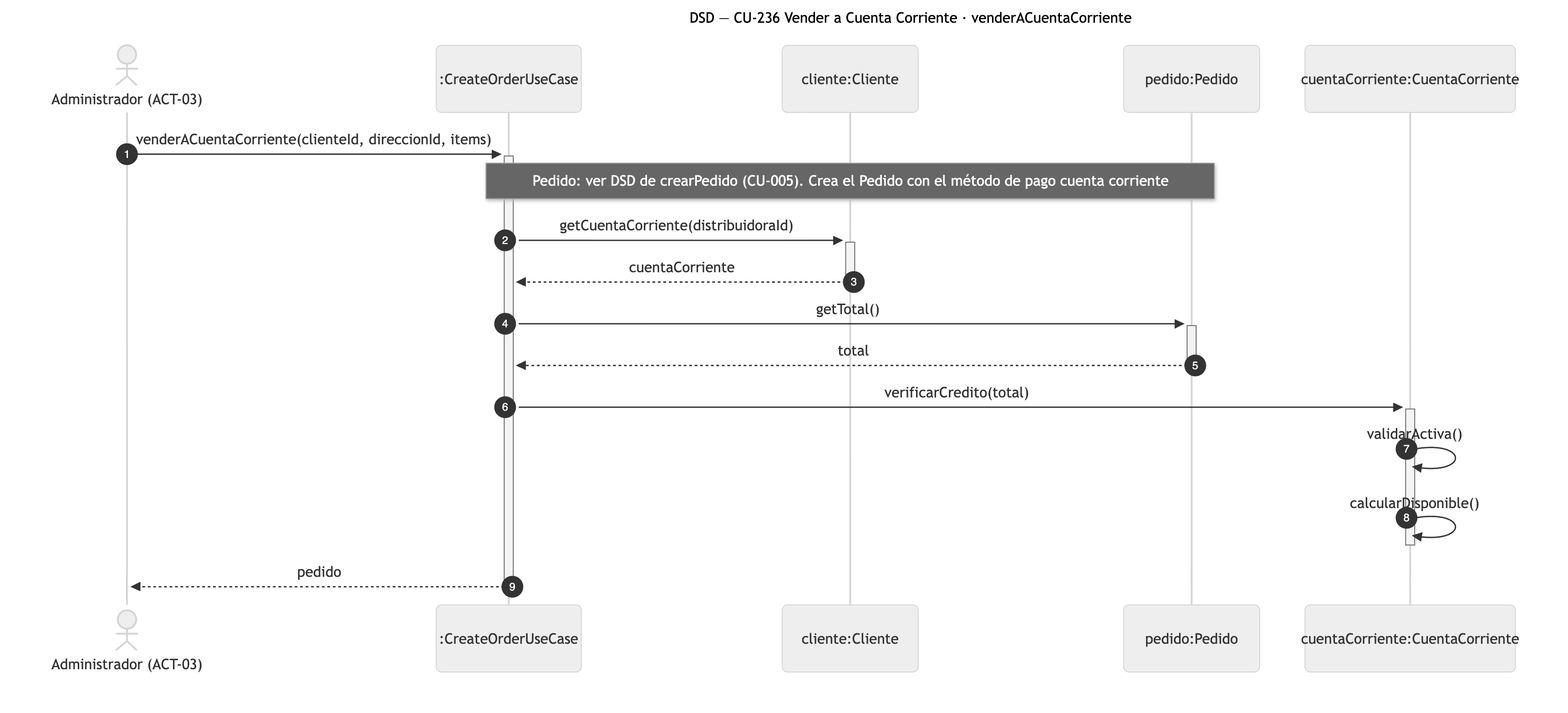
Above: diagramas/png/DSD_CU-236_venderACuentaCorriente.png in Nahuelito-Dev/splg-docs (Mermaid), before the change. Its source is kept beside it as diagramas/DSD_CU-236_venderACuentaCorriente.mmd. The source it was exported from:
```mermaid
sequenceDiagram
    title DSD — CU-236 Vender a Cuenta Corriente · venderACuentaCorriente
    autonumber
    actor ADM as Administrador (ACT-03)
    participant UCS as :CreateOrderUseCase
    participant CLI as cliente:Cliente
    participant PED as pedido:Pedido
    participant CUE as cuentaCorriente:CuentaCorriente

    ADM->>+UCS: venderACuentaCorriente(clienteId, direccionId, items)
    Note over UCS,PED: Pedido: ver DSD de crearPedido (CU-005). Crea el Pedido con el método de pago cuenta corriente
    UCS->>+CLI: getCuentaCorriente(distribuidoraId)
    CLI-->>-UCS: cuentaCorriente
    UCS->>+PED: getTotal()
    PED-->>-UCS: total
    UCS->>+CUE: verificarCredito(total)
    CUE->>CUE: validarActiva()
    CUE->>CUE: calcularDisponible()
    deactivate CUE
    UCS-->>-ADM: pedido
```
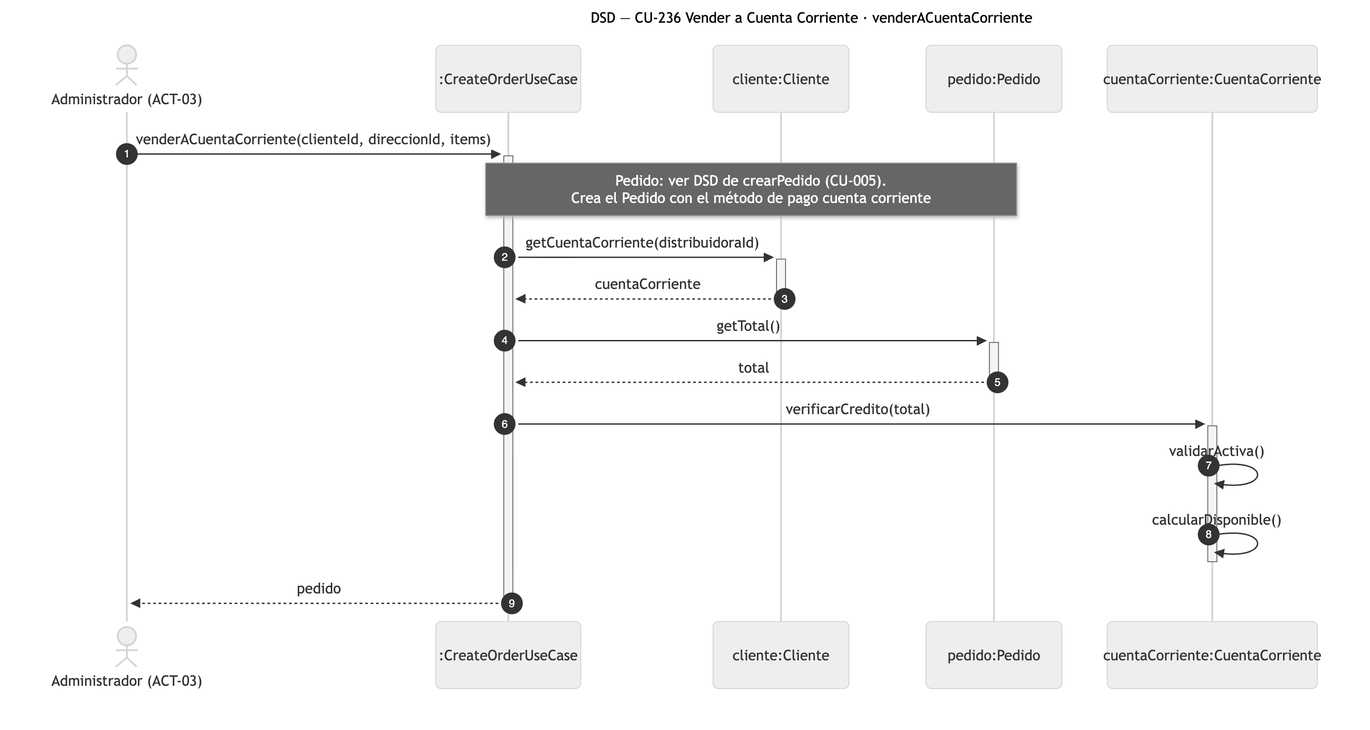
After the commit.

Diff of the diagram source:
```diff
@@ -8,7 +8,7 @@
     participant CUE as cuentaCorriente:CuentaCorriente
 
     ADM->>+UCS: venderACuentaCorriente(clienteId, direccionId, items)
-    Note over UCS,PED: Pedido: ver DSD de crearPedido (CU-005). Crea el Pedido con el método de pago cuenta corriente
+    Note over UCS,PED: Pedido: ver DSD de crearPedido (CU-005).<br/>Crea el Pedido con el método de pago cuenta corriente
     UCS->>+CLI: getCuentaCorriente(distribuidoraId)
     CLI-->>-UCS: cuentaCorriente
     UCS->>+PED: getTotal()
```
